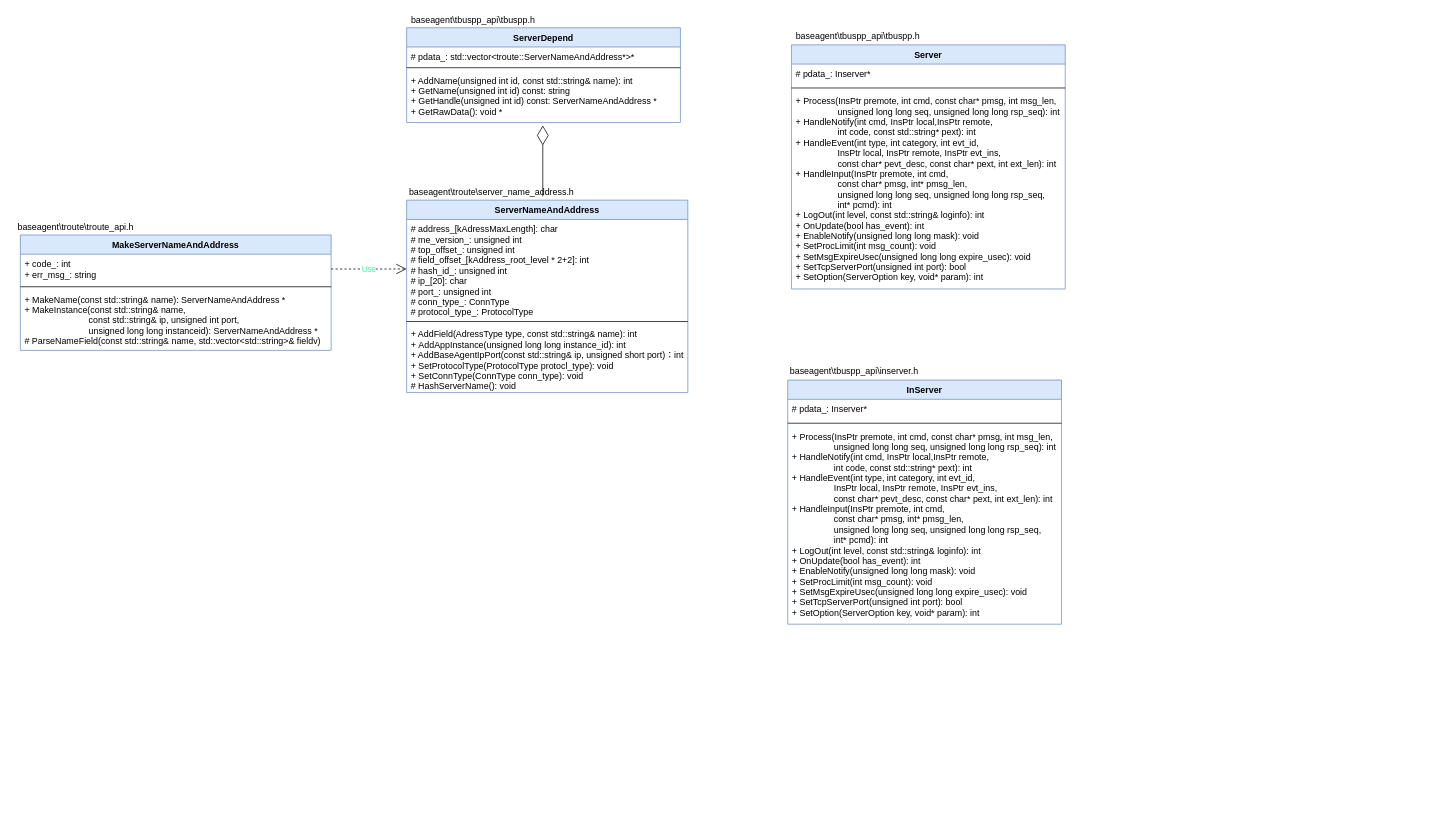
Earlier version of the draw.io diagram tbuspp.drawio (walkerdu/draw_io). Source tidied: cells renumbered, new cells numbered last; positions are measured from the earlier drawing's top-left corner, leaving out a move shared by most shapes. Both pictures are drawn from the tidied source at 74%, with x=0, y=0 at pixel (13, 13).
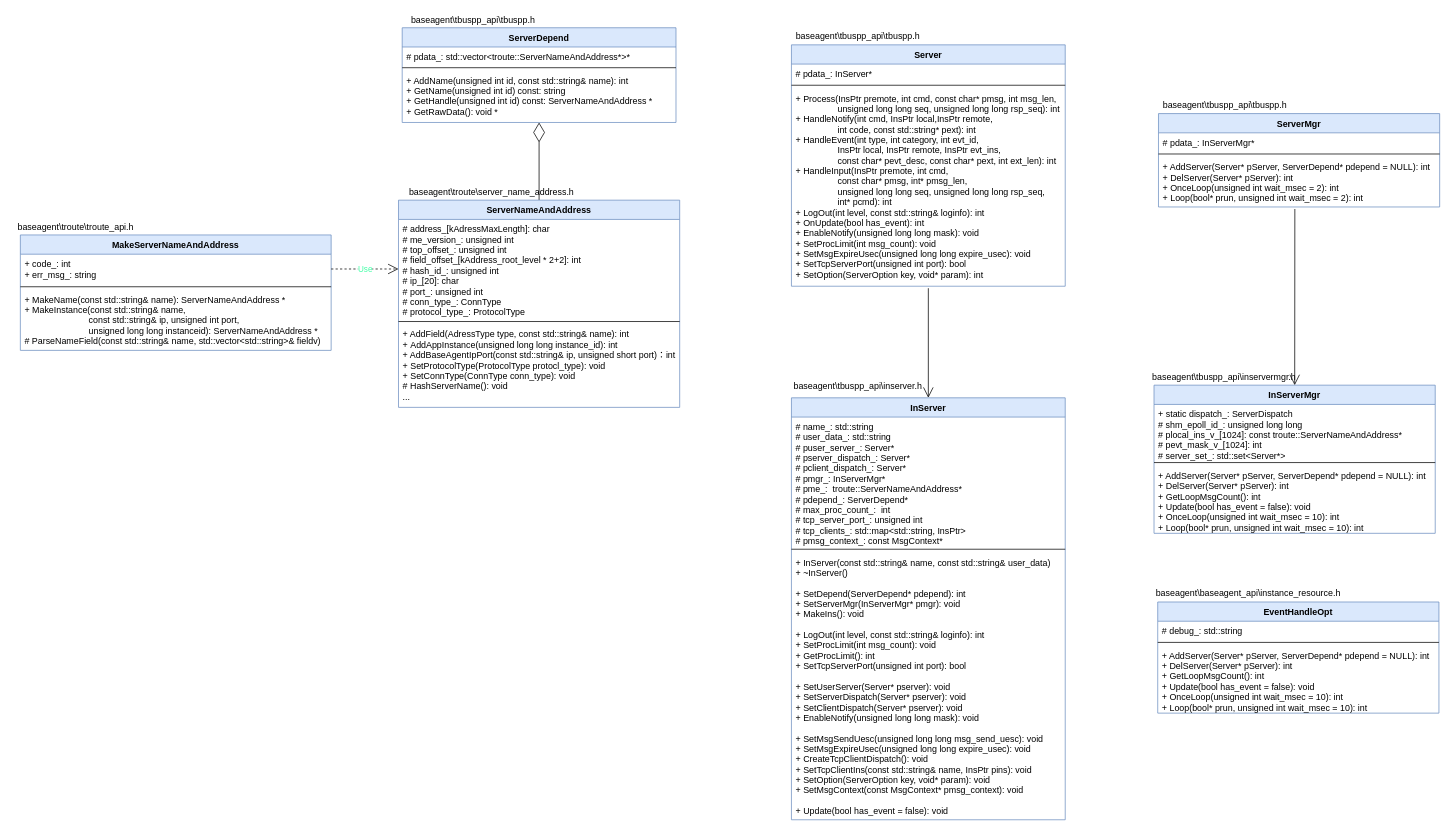
The same diagram, later.

The change refers to these unchanged cells:
```xml
<mxCell id="2" style="group;" parent="1" vertex="1">
  <mxGeometry x="532" width="370" height="148" as="geometry" />
</mxCell>
<mxCell id="6" value="+ AddName(unsigned int id, const std::string&amp; name): int &#10;+ GetName(unsigned int id) const: string&#10;+ GetHandle(unsigned int id) const: ServerNameAndAddress *&#10;+ GetRawData(): void *" style="text;align=left;verticalAlign=top;spacingLeft=4;spacingRight=4;overflow=hidden;points=[[0,0.5],[1,0.5]];portConstraint=eastwest;" parent="3" vertex="1">
  <mxGeometry y="58" width="370" height="70" as="geometry" />
</mxCell>
<mxCell id="22" style="group;" parent="1" vertex="1">
  <mxGeometry x="1052" y="20" width="370" height="363.1" as="geometry" />
</mxCell>
```

Change to the diagram source:
```diff
@@
     <mxCell id="3" value="ServerDepend" style="swimlane;fontStyle=1;align=center;verticalAlign=top;horizontal=1;startSize=26;fillColor=#dae8fc;strokeColor=#6c8ebf;" parent="2" vertex="1">
-      <mxGeometry y="20" width="370" height="128" as="geometry" />
+      <mxGeometry x="-6" y="20" width="370" height="128" as="geometry" />
     </mxCell>
@@
-    <mxCell id="8" style="group;" parent="1" vertex="1">
-      <mxGeometry x="532" y="233" width="380" height="280" as="geometry" />
-    </mxCell>
-    <mxCell id="9" value="baseagent\troute\server_name_address.h" style="text;html=1;strokeColor=none;fillColor=none;align=center;verticalAlign=middle;whiteSpace=wrap;rounded=0;" parent="8" vertex="1">
-      <mxGeometry width="230" height="20" as="geometry" />
-    </mxCell>
-    <mxCell id="10" value="ServerNameAndAddress" style="swimlane;fontStyle=1;align=center;verticalAlign=top;horizontal=1;startSize=26;fillColor=#dae8fc;strokeColor=#6c8ebf;" parent="8" vertex="1">
-      <mxGeometry y="20" width="380" height="260" as="geometry" />
-    </mxCell>
-    <mxCell id="11" value="# address_[kAdressMaxLength]: char &#10;# me_version_: unsigned int&#10;# top_offset_: unsigned int&#10;# field_offset_[kAddress_root_level * 2+2]: int&#10;# hash_id_: unsigned int&#10;# ip_[20]: char&#10;# port_: unsigned int&#10;# conn_type_: ConnType&#10;# protocol_type_: ProtocolType" style="text;align=left;verticalAlign=top;spacingLeft=4;spacingRight=4;overflow=hidden;points=[[0,0.5],[1,0.5]];portConstraint=eastwest;fontColor=#000000;" parent="10" vertex="1">
-      <mxGeometry y="26" width="380" height="134" as="geometry" />
-    </mxCell>
-    <mxCell id="12" style="line;strokeWidth=1;fillColor=none;align=left;verticalAlign=middle;spacingTop=-1;spacingLeft=3;spacingRight=3;labelPosition=right;" parent="10" vertex="1">
-      <mxGeometry y="160" width="380" height="8" as="geometry" />
-    </mxCell>
-    <mxCell id="13" value="+ AddField(AdressType type, const std::string&amp; name): int &#10;+ AddAppInstance(unsigned long long instance_id): int&#10;+ AddBaseAgentIpPort(const std::string&amp; ip, unsigned short port)：int&#10;+ SetProtocolType(ProtocolType protocl_type): void&#10;+ SetConnType(ConnType conn_type): void&#10;# HashServerName(): void" style="text;align=left;verticalAlign=top;spacingLeft=4;spacingRight=4;overflow=hidden;" parent="10" vertex="1">
-      <mxGeometry y="168" width="380" height="92" as="geometry" />
-    </mxCell>
@@
-    <mxCell id="21" style="endArrow=diamondThin;endFill=0;endSize=24;html=1;fontColor=#45FFA8;" parent="1" edge="1">
-      <mxGeometry relative="1" as="geometry">
-        <mxPoint x="716" y="248" as="sourcePoint" />
-        <mxPoint x="716" y="152" as="targetPoint" />
-      </mxGeometry>
+    <mxCell id="21" style="endArrow=diamondThin;endFill=0;endSize=24;html=1;fontColor=#45FFA8;exitX=0.5;exitY=0;exitDx=0;exitDy=0;" parent="1" edge="1" source="10" target="6">
+      <mxGeometry relative="1" as="geometry" />
     </mxCell>
@@
     <mxCell id="23" value="Server" style="swimlane;fontStyle=1;align=center;verticalAlign=top;horizontal=1;startSize=26;fillColor=#dae8fc;strokeColor=#6c8ebf;" parent="22" vertex="1">
-      <mxGeometry y="23.1" width="370" height="329.9" as="geometry" />
+      <mxGeometry y="23.1" width="370" height="326.2" as="geometry" />
     </mxCell>
-    <mxCell id="24" value="# pdata_: Inserver*" style="text;align=left;verticalAlign=top;spacingLeft=4;spacingRight=4;overflow=hidden;" parent="23" vertex="1">
-      <mxGeometry y="26" width="370" height="27.7" as="geometry" />
+    <mxCell id="24" value="# pdata_: InServer*" style="text;align=left;verticalAlign=top;spacingLeft=4;spacingRight=4;overflow=hidden;" parent="23" vertex="1">
+      <mxGeometry y="26" width="370" height="24" as="geometry" />
     </mxCell>
     <mxCell id="25" style="line;strokeWidth=1;fillColor=none;align=left;verticalAlign=middle;spacingTop=-1;spacingLeft=3;spacingRight=3;labelPosition=right;" parent="23" vertex="1">
-      <mxGeometry y="53.7" width="370" height="9.2" as="geometry" />
+      <mxGeometry y="50" width="370" height="9.2" as="geometry" />
     </mxCell>
     <mxCell id="26" value="+ Process(InsPtr premote, int cmd, const char* pmsg, int msg_len,&#10;                 unsigned long long seq, unsigned long long rsp_seq): int &#10;+ HandleNotify(int cmd, InsPtr local,InsPtr remote,&#10;                 int code, const std::string* pext): int&#10;+ HandleEvent(int type, int category, int evt_id,&#10;                 InsPtr local, InsPtr remote, InsPtr evt_ins,&#10;                 const char* pevt_desc, const char* pext, int ext_len): int&#10;+ HandleInput(InsPtr premote, int cmd, &#10;                 const char* pmsg, int* pmsg_len,&#10;                 unsigned long long seq, unsigned long long rsp_seq, &#10;                 int* pcmd): int&#10;+ LogOut(int level, const std::string&amp; loginfo): int&#10;+ OnUpdate(bool has_event): int&#10;+ EnableNotify(unsigned long long mask): void&#10;+ SetProcLimit(int msg_count): void&#10;+ SetMsgExpireUsec(unsigned long long expire_usec): void&#10;+ SetTcpServerPort(unsigned int port): bool&#10;+ SetOption(ServerOption key, void* param): int" style="text;align=left;verticalAlign=top;spacingLeft=4;spacingRight=4;overflow=hidden;points=[[0,0.5],[1,0.5]];portConstraint=eastwest;" parent="23" vertex="1">
-      <mxGeometry y="62.9" width="370" height="267" as="geometry" />
+      <mxGeometry y="59.2" width="370" height="267" as="geometry" />
     </mxCell>
@@
-    <mxCell id="28" style="group;" parent="1" vertex="1">
-      <mxGeometry x="1047" y="473" width="370" height="363.1" as="geometry" />
-    </mxCell>
+    <mxCell id="34" style="group;" parent="1" vertex="1">
+      <mxGeometry x="1548" y="113" width="380" height="149.2" as="geometry" />
+    </mxCell>
+    <mxCell id="35" value="ServerMgr" style="swimlane;fontStyle=1;align=center;verticalAlign=top;horizontal=1;startSize=26;fillColor=#dae8fc;strokeColor=#6c8ebf;" parent="34" vertex="1">
+      <mxGeometry y="23" width="380" height="126.2" as="geometry" />
+    </mxCell>
+    <mxCell id="36" value="# pdata_: InServerMgr*" style="text;align=left;verticalAlign=top;spacingLeft=4;spacingRight=4;overflow=hidden;" parent="35" vertex="1">
+      <mxGeometry y="26" width="380" height="24" as="geometry" />
+    </mxCell>
+    <mxCell id="37" style="line;strokeWidth=1;fillColor=none;align=left;verticalAlign=middle;spacingTop=-1;spacingLeft=3;spacingRight=3;labelPosition=right;" parent="35" vertex="1">
+      <mxGeometry y="50" width="380" height="9.2" as="geometry" />
+    </mxCell>
+    <mxCell id="38" value="+ AddServer(Server* pServer, ServerDepend* pdepend = NULL): int &#10;+ DelServer(Server* pServer): int&#10;+ OnceLoop(unsigned int wait_msec = 2): int&#10;+ Loop(bool* prun, unsigned int wait_msec = 2): int" style="text;align=left;verticalAlign=top;spacingLeft=4;spacingRight=4;overflow=hidden;points=[[0,0.5],[1,0.5]];portConstraint=eastwest;" parent="35" vertex="1">
+      <mxGeometry y="59.2" width="380" height="67" as="geometry" />
+    </mxCell>
+    <mxCell id="39" value="baseagent\tbuspp_api\tbuspp.h" style="text;html=1;strokeColor=none;fillColor=none;align=center;verticalAlign=middle;whiteSpace=wrap;rounded=0;" parent="34" vertex="1">
+      <mxGeometry width="180" height="23.1" as="geometry" />
+    </mxCell>
+    <mxCell id="40" value="InServerMgr" style="swimlane;fontStyle=1;align=center;verticalAlign=top;horizontal=1;startSize=26;fillColor=#dae8fc;strokeColor=#6c8ebf;" parent="1" vertex="1">
+      <mxGeometry x="1542" y="503" width="380" height="200.2" as="geometry" />
+    </mxCell>
+    <mxCell id="41" value="+ static dispatch_: ServerDispatch &#10;# shm_epoll_id_: unsigned long long&#10;# plocal_ins_v_[1024]: const troute::ServerNameAndAddress*&#10;# pevt_mask_v_[1024]: int&#10;# server_set_: std::set&lt;Server*&gt; &#10;" style="text;align=left;verticalAlign=top;spacingLeft=4;spacingRight=4;overflow=hidden;" parent="40" vertex="1">
+      <mxGeometry y="26" width="380" height="74" as="geometry" />
+    </mxCell>
+    <mxCell id="42" style="line;strokeWidth=1;fillColor=none;align=left;verticalAlign=middle;spacingTop=-1;spacingLeft=3;spacingRight=3;labelPosition=right;" parent="40" vertex="1">
+      <mxGeometry y="100" width="380" height="9.2" as="geometry" />
+    </mxCell>
+    <mxCell id="43" value="+ AddServer(Server* pServer, ServerDepend* pdepend = NULL): int &#10;+ DelServer(Server* pServer): int&#10;+ GetLoopMsgCount(): int&#10;+ Update(bool has_event = false): void&#10;+ OnceLoop(unsigned int wait_msec = 10): int&#10;+ Loop(bool* prun, unsigned int wait_msec = 10): int" style="text;align=left;verticalAlign=top;spacingLeft=4;spacingRight=4;overflow=hidden;" parent="40" vertex="1">
+      <mxGeometry y="109.2" width="380" height="91" as="geometry" />
+    </mxCell>
+    <mxCell id="44" value="baseagent\tbuspp_api\inservermgr.h" style="text;html=1;strokeColor=none;fillColor=none;align=center;verticalAlign=middle;whiteSpace=wrap;rounded=0;" parent="1" vertex="1">
+      <mxGeometry x="1532" y="480" width="210" height="23" as="geometry" />
+    </mxCell>
-    <mxCell id="29" value="InServer" style="swimlane;fontStyle=1;align=center;verticalAlign=top;horizontal=1;startSize=26;fillColor=#dae8fc;strokeColor=#6c8ebf;" parent="28" vertex="1">
-      <mxGeometry y="23.1" width="370" height="329.9" as="geometry" />
+    <mxCell id="29" value="InServer" style="swimlane;fontStyle=1;align=center;verticalAlign=top;horizontal=1;startSize=26;fillColor=#dae8fc;strokeColor=#6c8ebf;" parent="1" vertex="1">
+      <mxGeometry x="1052" y="520.1" width="370" height="570.2" as="geometry" />
     </mxCell>
-    <mxCell id="30" value="# pdata_: Inserver*" style="text;align=left;verticalAlign=top;spacingLeft=4;spacingRight=4;overflow=hidden;" parent="29" vertex="1">
-      <mxGeometry y="26" width="370" height="27.7" as="geometry" />
+    <mxCell id="30" value="# name_: std::string&#10;# user_data_: std::string &#10;# puser_server_: Server* &#10;# pserver_dispatch_: Server* &#10;# pclient_dispatch_: Server* &#10;# pmgr_: InServerMgr* &#10;# pme_:  troute::ServerNameAndAddress* &#10;# pdepend_: ServerDepend* &#10;# max_proc_count_:  int&#10;# tcp_server_port_: unsigned int &#10;# tcp_clients_: std::map&lt;std::string, InsPtr&gt; &#10;# pmsg_context_: const MsgContext* " style="text;align=left;verticalAlign=top;spacingLeft=4;spacingRight=4;overflow=hidden;" parent="29" vertex="1">
+      <mxGeometry y="26" width="370" height="174" as="geometry" />
     </mxCell>
     <mxCell id="31" style="line;strokeWidth=1;fillColor=none;align=left;verticalAlign=middle;spacingTop=-1;spacingLeft=3;spacingRight=3;labelPosition=right;" parent="29" vertex="1">
-      <mxGeometry y="53.7" width="370" height="9.2" as="geometry" />
+      <mxGeometry y="200" width="370" height="9.2" as="geometry" />
     </mxCell>
-    <mxCell id="32" value="+ Process(InsPtr premote, int cmd, const char* pmsg, int msg_len,&#10;                 unsigned long long seq, unsigned long long rsp_seq): int &#10;+ HandleNotify(int cmd, InsPtr local,InsPtr remote,&#10;                 int code, const std::string* pext): int&#10;+ HandleEvent(int type, int category, int evt_id,&#10;                 InsPtr local, InsPtr remote, InsPtr evt_ins,&#10;                 const char* pevt_desc, const char* pext, int ext_len): int&#10;+ HandleInput(InsPtr premote, int cmd, &#10;                 const char* pmsg, int* pmsg_len,&#10;                 unsigned long long seq, unsigned long long rsp_seq, &#10;                 int* pcmd): int&#10;+ LogOut(int level, const std::string&amp; loginfo): int&#10;+ OnUpdate(bool has_event): int&#10;+ EnableNotify(unsigned long long mask): void&#10;+ SetProcLimit(int msg_count): void&#10;+ SetMsgExpireUsec(unsigned long long expire_usec): void&#10;+ SetTcpServerPort(unsigned int port): bool&#10;+ SetOption(ServerOption key, void* param): int" style="text;align=left;verticalAlign=top;spacingLeft=4;spacingRight=4;overflow=hidden;" parent="29" vertex="1">
-      <mxGeometry y="62.9" width="370" height="267" as="geometry" />
+    <mxCell id="32" value="+ InServer(const std::string&amp; name, const std::string&amp; user_data)&#10;+ ~InServer()&#10;&#10;+ SetDepend(ServerDepend* pdepend): int&#10;+ SetServerMgr(InServerMgr* pmgr): void&#10;+ MakeIns(): void&#10;&#10;+ LogOut(int level, const std::string&amp; loginfo): int&#10;+ SetProcLimit(int msg_count): void&#10;+ GetProcLimit(): int&#10;+ SetTcpServerPort(unsigned int port): bool&#10;&#10;+ SetUserServer(Server* pserver): void&#10;+ SetServerDispatch(Server* pserver): void&#10;+ SetClientDispatch(Server* pserver): void &#10;+ EnableNotify(unsigned long long mask): void &#10;&#10;+ SetMsgSendUesc(unsigned long long msg_send_uesc): void&#10;+ SetMsgExpireUsec(unsigned long long expire_usec): void&#10;+ CreateTcpClientDispatch(): void&#10;+ SetTcpClientIns(const std::string&amp; name, InsPtr pins): void&#10;+ SetOption(ServerOption key, void* param): void&#10;+ SetMsgContext(const MsgContext* pmsg_context): void&#10;&#10;+ Update(bool has_event = false): void" style="text;align=left;verticalAlign=top;spacingLeft=4;spacingRight=4;overflow=hidden;" parent="29" vertex="1">
+      <mxGeometry y="209.2" width="370" height="361" as="geometry" />
     </mxCell>
-    <mxCell id="33" value="baseagent\tbuspp_api\inserver.h" style="text;html=1;strokeColor=none;fillColor=none;align=center;verticalAlign=middle;whiteSpace=wrap;rounded=0;" parent="28" vertex="1">
-      <mxGeometry width="180" height="23.1" as="geometry" />
+    <mxCell id="33" value="baseagent\tbuspp_api\inserver.h" style="text;html=1;strokeColor=none;fillColor=none;align=center;verticalAlign=middle;whiteSpace=wrap;rounded=0;" parent="1" vertex="1">
+      <mxGeometry x="1052" y="493" width="180" height="23.1" as="geometry" />
     </mxCell>
+    <mxCell id="9" value="baseagent\troute\server_name_address.h" style="text;html=1;strokeColor=none;fillColor=none;align=center;verticalAlign=middle;whiteSpace=wrap;rounded=0;" parent="1" vertex="1">
+      <mxGeometry x="532" y="233" width="230" height="20" as="geometry" />
+    </mxCell>
+    <mxCell id="10" value="ServerNameAndAddress" style="swimlane;fontStyle=1;align=center;verticalAlign=top;horizontal=1;startSize=26;fillColor=#dae8fc;strokeColor=#6c8ebf;" parent="1" vertex="1">
+      <mxGeometry x="521" y="253" width="380" height="280" as="geometry" />
+    </mxCell>
+    <mxCell id="11" value="# address_[kAdressMaxLength]: char &#10;# me_version_: unsigned int&#10;# top_offset_: unsigned int&#10;# field_offset_[kAddress_root_level * 2+2]: int&#10;# hash_id_: unsigned int&#10;# ip_[20]: char&#10;# port_: unsigned int&#10;# conn_type_: ConnType&#10;# protocol_type_: ProtocolType" style="text;align=left;verticalAlign=top;spacingLeft=4;spacingRight=4;overflow=hidden;points=[[0,0.5],[1,0.5]];portConstraint=eastwest;fontColor=#000000;" parent="10" vertex="1">
+      <mxGeometry y="26" width="380" height="134" as="geometry" />
+    </mxCell>
+    <mxCell id="12" style="line;strokeWidth=1;fillColor=none;align=left;verticalAlign=middle;spacingTop=-1;spacingLeft=3;spacingRight=3;labelPosition=right;" parent="10" vertex="1">
+      <mxGeometry y="160" width="380" height="8" as="geometry" />
+    </mxCell>
+    <mxCell id="13" value="+ AddField(AdressType type, const std::string&amp; name): int &#10;+ AddAppInstance(unsigned long long instance_id): int&#10;+ AddBaseAgentIpPort(const std::string&amp; ip, unsigned short port)：int&#10;+ SetProtocolType(ProtocolType protocl_type): void&#10;+ SetConnType(ConnType conn_type): void&#10;# HashServerName(): void&#10;..." style="text;align=left;verticalAlign=top;spacingLeft=4;spacingRight=4;overflow=hidden;" parent="10" vertex="1">
+      <mxGeometry y="168" width="380" height="112" as="geometry" />
+    </mxCell>
+    <mxCell id="45" style="endArrow=open;endFill=1;endSize=12;html=1;fontColor=#45FFA8;exitX=0.5;exitY=1.01;exitDx=0;exitDy=0;exitPerimeter=0;entryX=0.5;entryY=0;entryDx=0;entryDy=0;" parent="1" edge="1" source="26" target="29">
+      <mxGeometry relative="1" as="geometry" />
+    </mxCell>
+    <mxCell id="46" style="endArrow=open;endFill=1;endSize=12;html=1;fontColor=#45FFA8;exitX=0.485;exitY=1.041;exitDx=0;exitDy=0;exitPerimeter=0;" parent="1" edge="1" source="38" target="40">
+      <mxGeometry relative="1" as="geometry" />
+    </mxCell>
+    <mxCell id="47" value="EventHandleOpt" style="swimlane;fontStyle=1;align=center;verticalAlign=top;horizontal=1;startSize=26;fillColor=#dae8fc;strokeColor=#6c8ebf;" parent="1" vertex="1">
+      <mxGeometry x="1547" y="796" width="380" height="150.2" as="geometry" />
+    </mxCell>
+    <mxCell id="48" value="# debug_: std::string" style="text;align=left;verticalAlign=top;spacingLeft=4;spacingRight=4;overflow=hidden;" parent="47" vertex="1">
+      <mxGeometry y="26" width="380" height="24" as="geometry" />
+    </mxCell>
+    <mxCell id="49" style="line;strokeWidth=1;fillColor=none;align=left;verticalAlign=middle;spacingTop=-1;spacingLeft=3;spacingRight=3;labelPosition=right;" parent="47" vertex="1">
+      <mxGeometry y="50" width="380" height="9.2" as="geometry" />
+    </mxCell>
+    <mxCell id="50" value="+ AddServer(Server* pServer, ServerDepend* pdepend = NULL): int &#10;+ DelServer(Server* pServer): int&#10;+ GetLoopMsgCount(): int&#10;+ Update(bool has_event = false): void&#10;+ OnceLoop(unsigned int wait_msec = 10): int&#10;+ Loop(bool* prun, unsigned int wait_msec = 10): int" style="text;align=left;verticalAlign=top;spacingLeft=4;spacingRight=4;overflow=hidden;" parent="47" vertex="1">
+      <mxGeometry y="59.2" width="380" height="91" as="geometry" />
+    </mxCell>
+    <mxCell id="51" value="baseagent\baseagent_api\instance_resource.h" style="text;html=1;strokeColor=none;fillColor=none;align=center;verticalAlign=middle;whiteSpace=wrap;rounded=0;" parent="1" vertex="1">
+      <mxGeometry x="1537" y="773" width="265" height="23" as="geometry" />
+    </mxCell>
```
